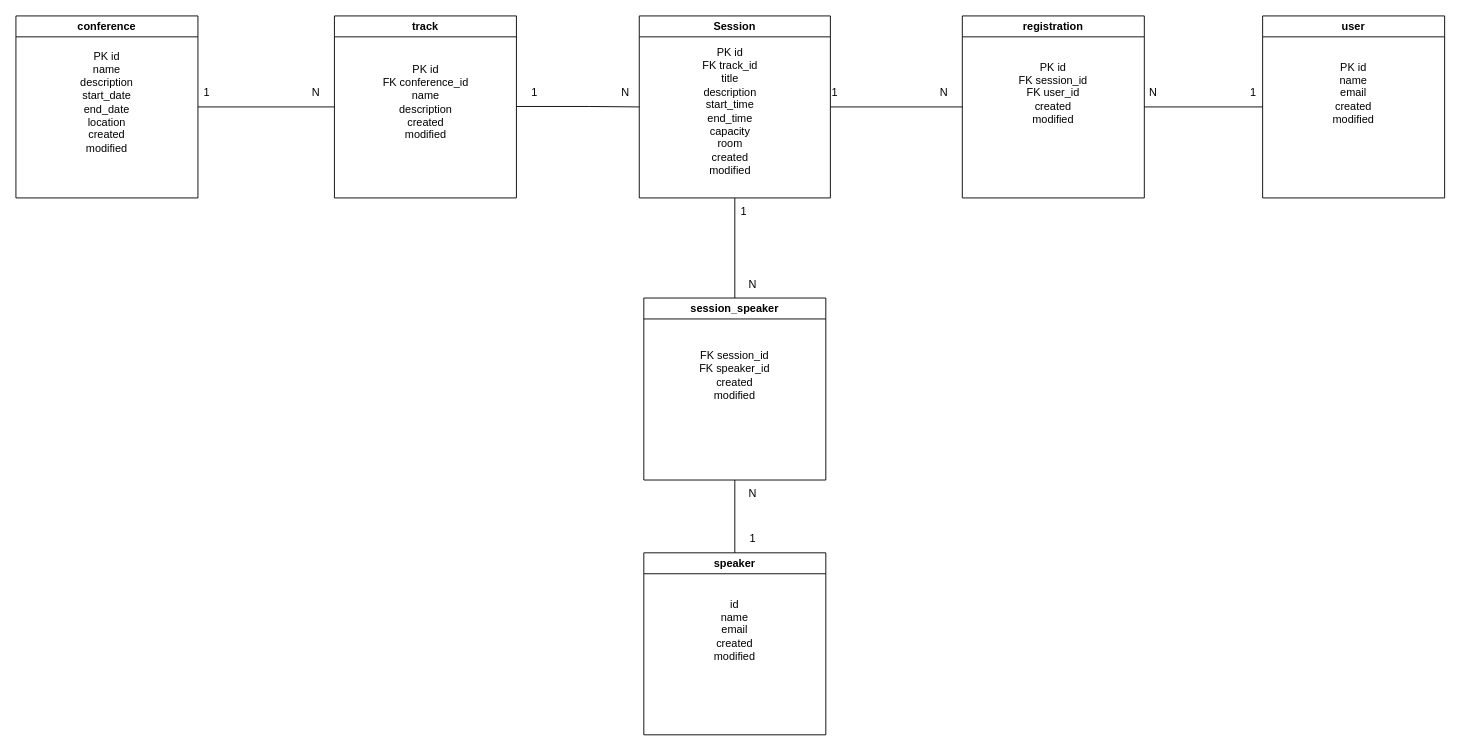
agustinmend/WEB-ISW-2do-bloque keeps this draw.io diagram as diagrams/ER diagram.drawio. Above is the earlier version. Source tidied: cells renumbered, new cells numbered last; positions are measured from the earlier drawing's top-left corner, leaving out a move shared by most shapes. Both pictures are drawn from the tidied source at 91%, with x=0, y=0 at pixel (15, 15).
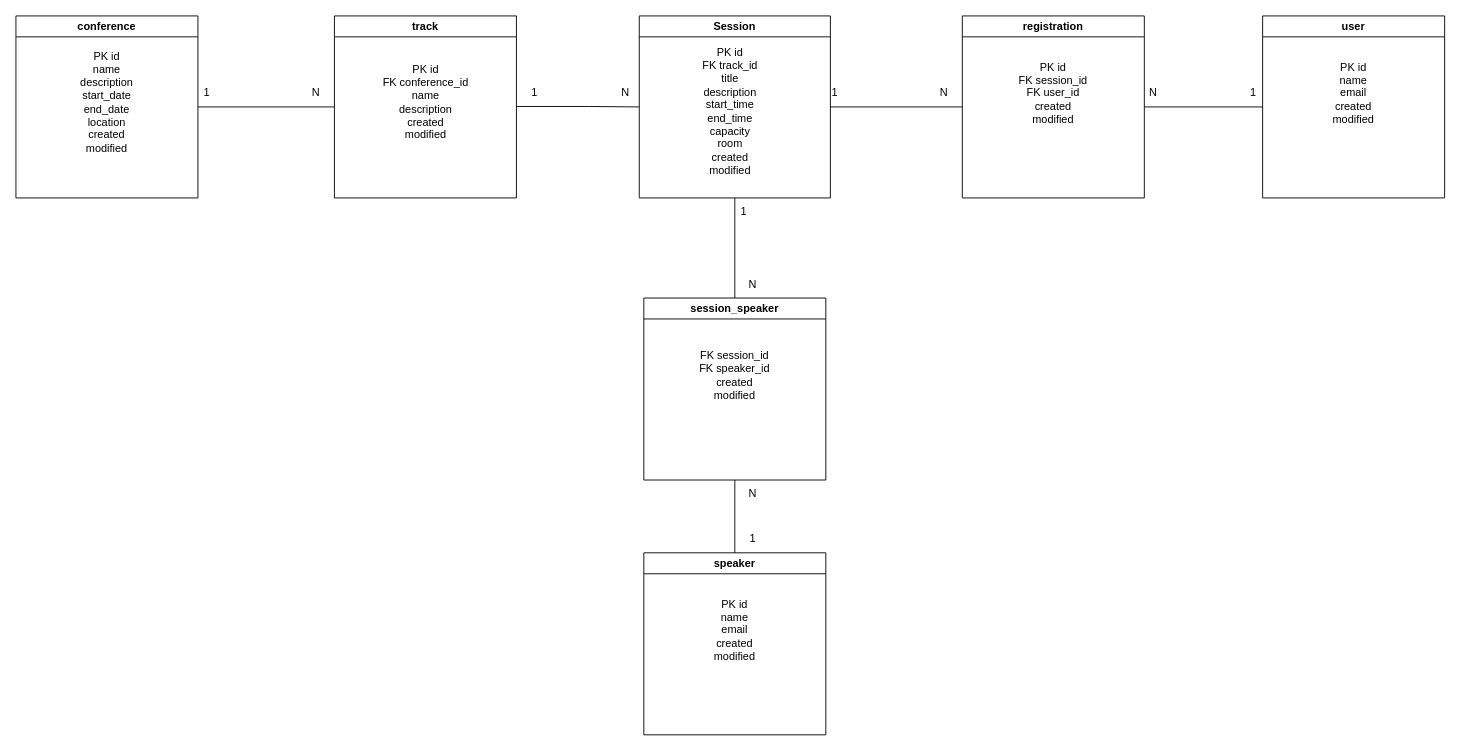
The same page after the edit.

Commit message (it also covers changes not shown here):
UML diagram

Unchanged cells that the change refers to:
```xml
<mxCell id="8" value="speaker" style="swimlane;whiteSpace=wrap;html=1;startSize=23;" parent="1" vertex="1">
  <mxGeometry x="690" y="590" width="200" height="200" as="geometry" />
</mxCell>
```

Change to the diagram source:
```diff
@@
-    <mxCell id="9" value="id&lt;div&gt;name&lt;/div&gt;&lt;div&gt;email&lt;/div&gt;&lt;div&gt;created&lt;/div&gt;&lt;div&gt;modified&lt;/div&gt;" style="text;html=1;whiteSpace=wrap;strokeColor=none;fillColor=none;align=center;verticalAlign=middle;rounded=0;" parent="8" vertex="1">
+    <mxCell id="9" value="PK id&lt;div&gt;name&lt;/div&gt;&lt;div&gt;email&lt;/div&gt;&lt;div&gt;created&lt;/div&gt;&lt;div&gt;modified&lt;/div&gt;" style="text;html=1;whiteSpace=wrap;strokeColor=none;fillColor=none;align=center;verticalAlign=middle;rounded=0;" parent="8" vertex="1">
       <mxGeometry x="70" y="70" width="60" height="30" as="geometry" />
     </mxCell>
```
